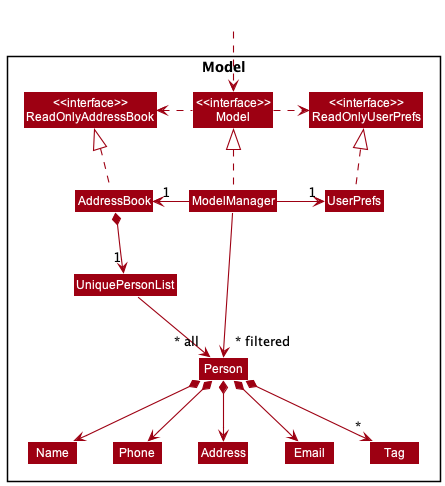
Earlier version of the PlantUML export docs/images/ModelClassDiagram.png (nus-cs2103-AY2223S1/tp).
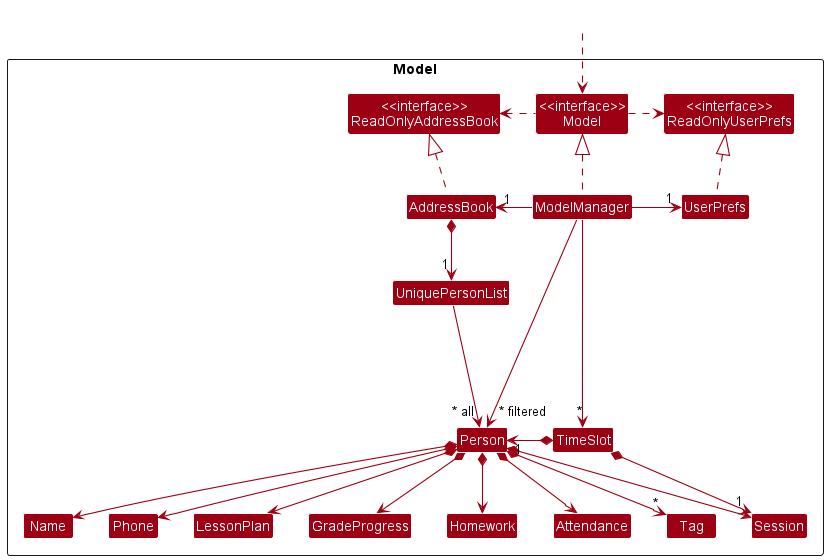
The same diagram one commit later.

What changed in the source:
```diff
@@ -13,9 +13,13 @@
 Class UserPrefs
 
 Class UniquePersonList
+Class TimeSlot
 Class Person
-Class Address
-Class Email
+Class LessonPlan
+Class Attendance
+Class GradeProgress
+Class Homework
+Class Session
 Class Name
 Class Phone
 Class Tag
@@ -32,19 +36,25 @@
 Model .left.> ReadOnlyAddressBook
 ModelManager -left-> "1" AddressBook
 ModelManager -right-> "1" UserPrefs
+ModelManager --> "*" TimeSlot
 UserPrefs .up.|> ReadOnlyUserPrefs
 
 AddressBook *--> "1" UniquePersonList
-UniquePersonList --> "~* all" Person
+UniquePersonList ---> "~* all" Person
 Person *--> Name
 Person *--> Phone
-Person *--> Email
-Person *--> Address
+Person *--> Attendance
+Person *--> LessonPlan
+Person *--> Homework
+Person *--> Session
+Person *--> GradeProgress
 Person *--> "*" Tag
+TimeSlot *-left--> "1" Person
+TimeSlot *--> "1" Session
 
 Name -[hidden]right-> Phone
-Phone -[hidden]right-> Address
-Address -[hidden]right-> Email
+Phone -[hidden]right-> LessonPlan
+LessonPlan -[hidden]right-> Attendance
 
 ModelManager -->"~* filtered" Person
 @enduml
```
